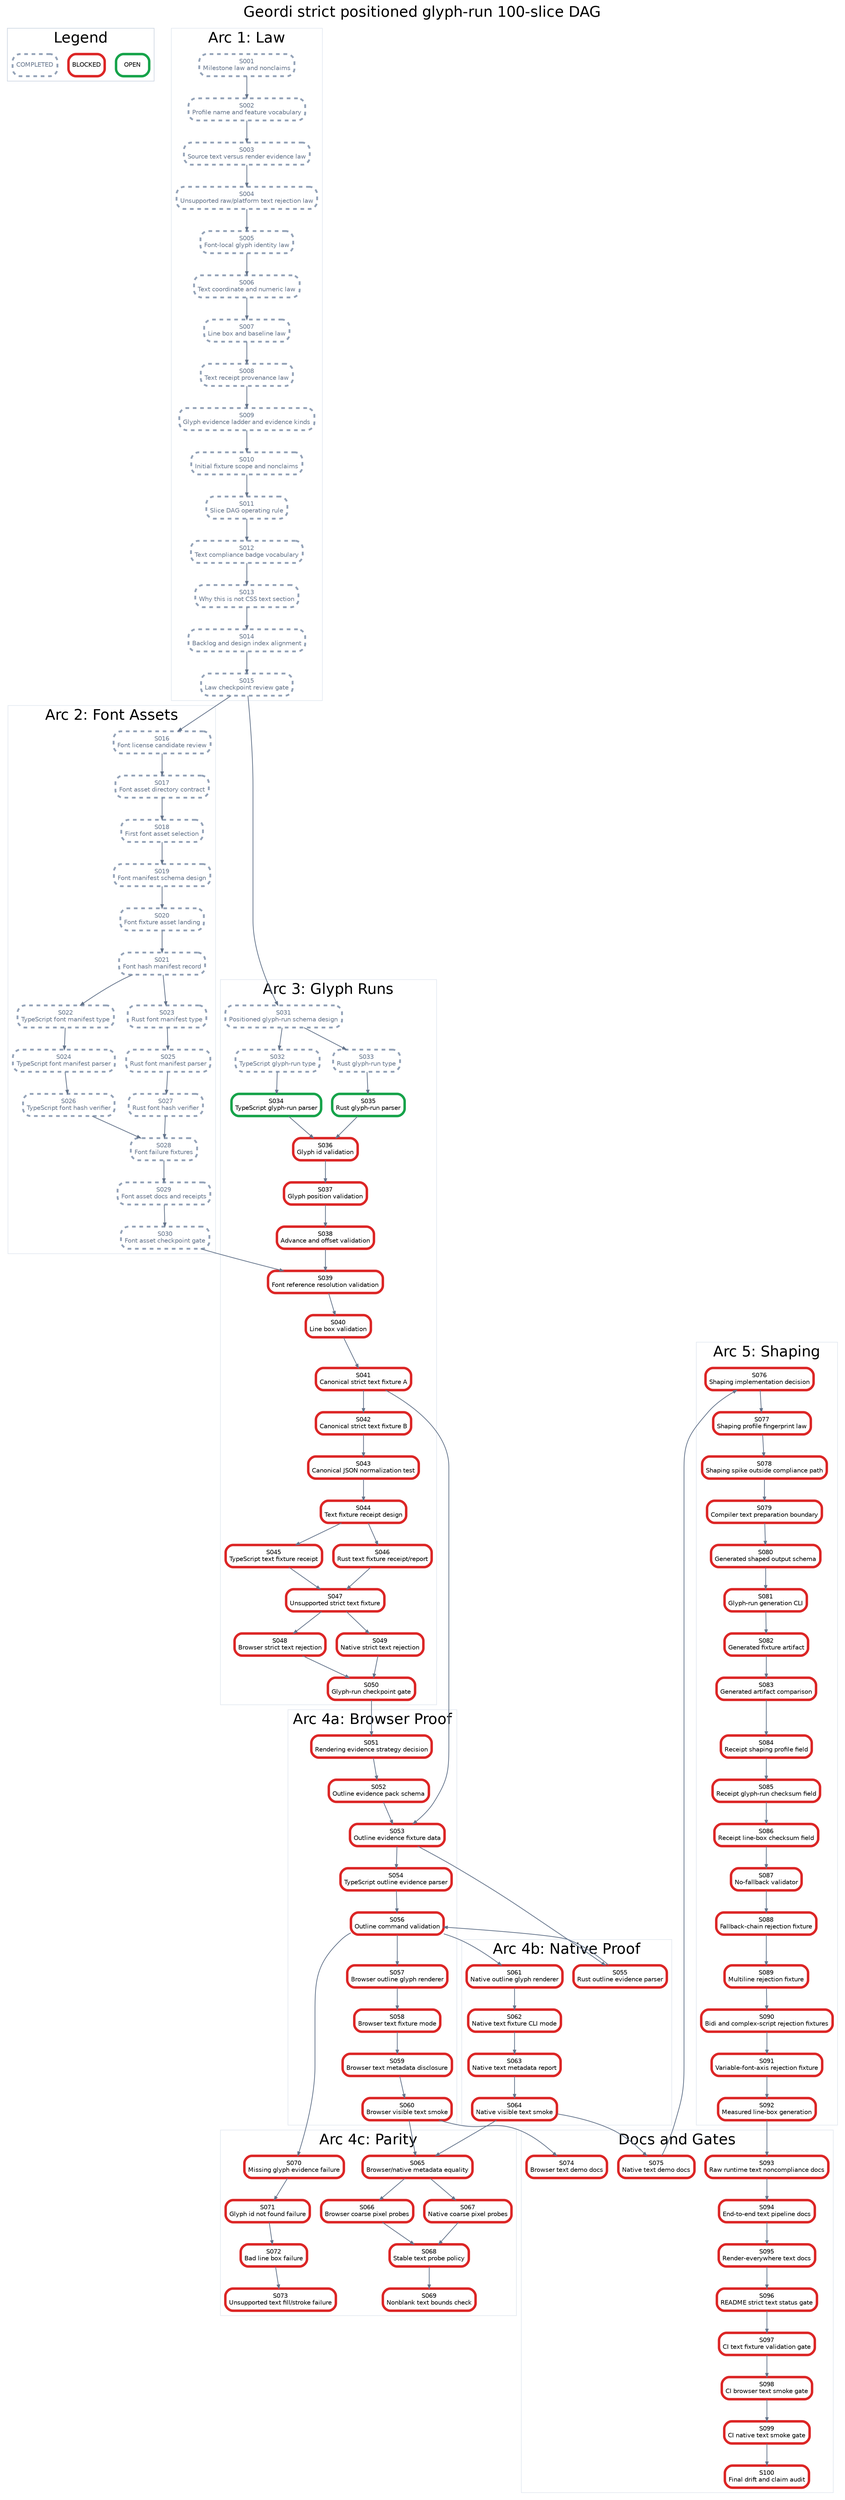
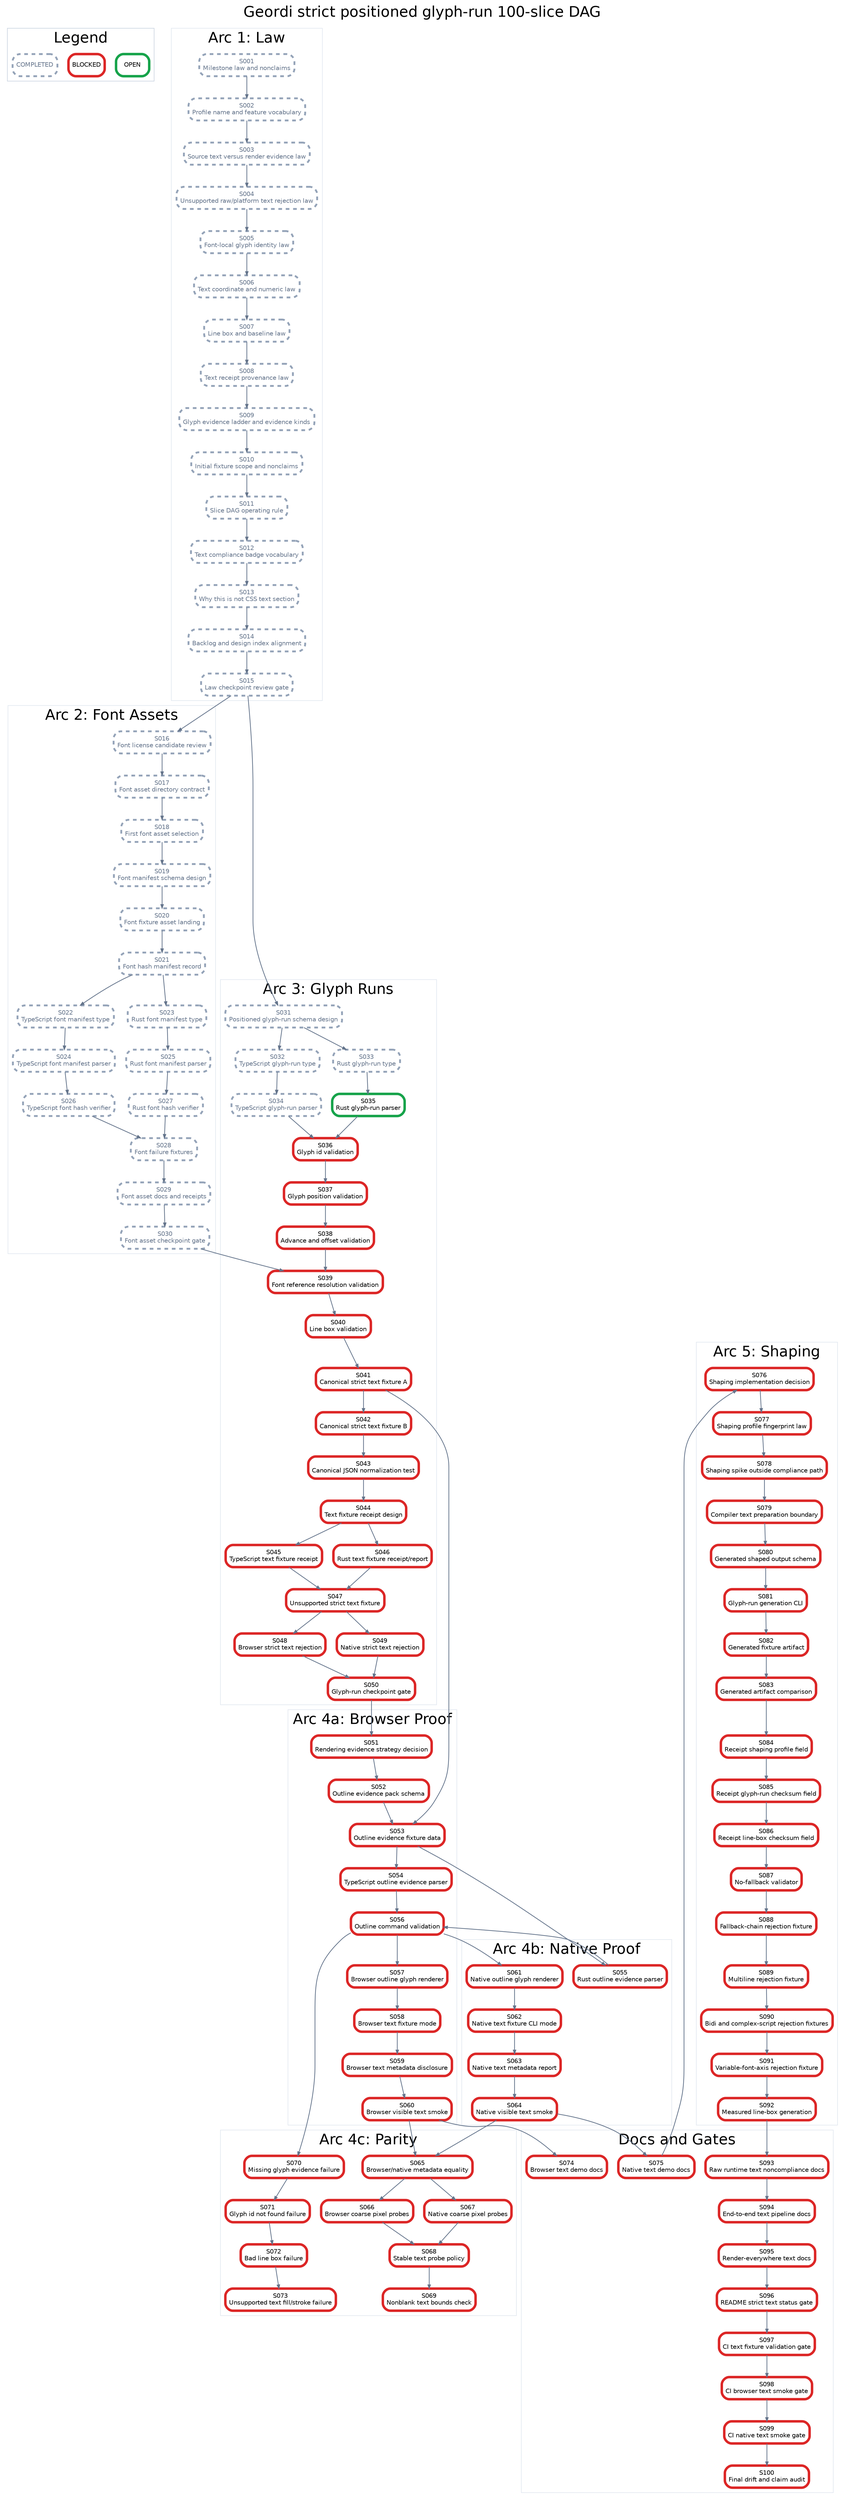
digraph StrictPositionedGlyphRunPlan {
  graph [rankdir=TB, bgcolor="white", fontname="Helvetica", label="Geordi strict positioned glyph-run 100-slice DAG", labelloc="t", fontsize=24];
  node [shape=box, style="rounded,filled", fillcolor="white", fontname="Helvetica", fontsize=10, margin="0.08,0.05"];
  edge [color="#64748b", arrowsize=0.6, penwidth=1.2];

  subgraph cluster_legend {
    label="Legend";
    color="#cbd5e1";
    legend_open [label="OPEN", color="#16a34a", penwidth=4];
    legend_blocked [label="BLOCKED", color="#dc2626", penwidth=4];
    legend_done [label="COMPLETED", color="#94a3b8", penwidth=3, style="rounded,filled,dashed", fontcolor="#64748b"];
  }

  subgraph cluster_law {
    label="Arc 1: Law";
    color="#e2e8f0";
    S001 [label="S001\nMilestone law and nonclaims", color="#94a3b8", penwidth=3, style="rounded,filled,dashed", fontcolor="#64748b"];
    S002 [label="S002\nProfile name and feature vocabulary", color="#94a3b8", penwidth=3, style="rounded,filled,dashed", fontcolor="#64748b"];
    S003 [label="S003\nSource text versus render evidence law", color="#94a3b8", penwidth=3, style="rounded,filled,dashed", fontcolor="#64748b"];
    S004 [label="S004\nUnsupported raw/platform text rejection law", color="#94a3b8", penwidth=3, style="rounded,filled,dashed", fontcolor="#64748b"];
    S005 [label="S005\nFont-local glyph identity law", color="#94a3b8", penwidth=3, style="rounded,filled,dashed", fontcolor="#64748b"];
    S006 [label="S006\nText coordinate and numeric law", color="#94a3b8", penwidth=3, style="rounded,filled,dashed", fontcolor="#64748b"];
    S007 [label="S007\nLine box and baseline law", color="#94a3b8", penwidth=3, style="rounded,filled,dashed", fontcolor="#64748b"];
    S008 [label="S008\nText receipt provenance law", color="#94a3b8", penwidth=3, style="rounded,filled,dashed", fontcolor="#64748b"];
    S009 [label="S009\nGlyph evidence ladder and evidence kinds", color="#94a3b8", penwidth=3, style="rounded,filled,dashed", fontcolor="#64748b"];
    S010 [label="S010\nInitial fixture scope and nonclaims", color="#94a3b8", penwidth=3, style="rounded,filled,dashed", fontcolor="#64748b"];
    S011 [label="S011\nSlice DAG operating rule", color="#94a3b8", penwidth=3, style="rounded,filled,dashed", fontcolor="#64748b"];
    S012 [label="S012\nText compliance badge vocabulary", color="#94a3b8", penwidth=3, style="rounded,filled,dashed", fontcolor="#64748b"];
    S013 [label="S013\nWhy this is not CSS text section", color="#94a3b8", penwidth=3, style="rounded,filled,dashed", fontcolor="#64748b"];
    S014 [label="S014\nBacklog and design index alignment", color="#94a3b8", penwidth=3, style="rounded,filled,dashed", fontcolor="#64748b"];
    S015 [label="S015\nLaw checkpoint review gate", color="#94a3b8", penwidth=3, style="rounded,filled,dashed", fontcolor="#64748b"];
  }

  subgraph cluster_assets {
    label="Arc 2: Font Assets";
    color="#e2e8f0";
    S016 [label="S016\nFont license candidate review", color="#94a3b8", penwidth=3, style="rounded,filled,dashed", fontcolor="#64748b"];
    S017 [label="S017\nFont asset directory contract", color="#94a3b8", penwidth=3, style="rounded,filled,dashed", fontcolor="#64748b"];
    S018 [label="S018\nFirst font asset selection", color="#94a3b8", penwidth=3, style="rounded,filled,dashed", fontcolor="#64748b"];
    S019 [label="S019\nFont manifest schema design", color="#94a3b8", penwidth=3, style="rounded,filled,dashed", fontcolor="#64748b"];
    S020 [label="S020\nFont fixture asset landing", color="#94a3b8", penwidth=3, style="rounded,filled,dashed", fontcolor="#64748b"];
    S021 [label="S021\nFont hash manifest record", color="#94a3b8", penwidth=3, style="rounded,filled,dashed", fontcolor="#64748b"];
    S022 [label="S022\nTypeScript font manifest type", color="#94a3b8", penwidth=3, style="rounded,filled,dashed", fontcolor="#64748b"];
    S023 [label="S023\nRust font manifest type", color="#94a3b8", penwidth=3, style="rounded,filled,dashed", fontcolor="#64748b"];
    S024 [label="S024\nTypeScript font manifest parser", color="#94a3b8", penwidth=3, style="rounded,filled,dashed", fontcolor="#64748b"];
    S025 [label="S025\nRust font manifest parser", color="#94a3b8", penwidth=3, style="rounded,filled,dashed", fontcolor="#64748b"];
    S026 [label="S026\nTypeScript font hash verifier", color="#94a3b8", penwidth=3, style="rounded,filled,dashed", fontcolor="#64748b"];
    S027 [label="S027\nRust font hash verifier", color="#94a3b8", penwidth=3, style="rounded,filled,dashed", fontcolor="#64748b"];
    S028 [label="S028\nFont failure fixtures", color="#94a3b8", penwidth=3, style="rounded,filled,dashed", fontcolor="#64748b"];
    S029 [label="S029\nFont asset docs and receipts", color="#94a3b8", penwidth=3, style="rounded,filled,dashed", fontcolor="#64748b"];
    S030 [label="S030\nFont asset checkpoint gate", color="#94a3b8", penwidth=3, style="rounded,filled,dashed", fontcolor="#64748b"];
  }

  subgraph cluster_glyph {
    label="Arc 3: Glyph Runs";
    color="#e2e8f0";
    S031 [label="S031\nPositioned glyph-run schema design", color="#94a3b8", penwidth=3, style="rounded,filled,dashed", fontcolor="#64748b"];
    S032 [label="S032\nTypeScript glyph-run type", color="#94a3b8", penwidth=3, style="rounded,filled,dashed", fontcolor="#64748b"];
    S033 [label="S033\nRust glyph-run type", color="#94a3b8", penwidth=3, style="rounded,filled,dashed", fontcolor="#64748b"];
-     S034 [label="S034\nTypeScript glyph-run parser", color="#16a34a", penwidth=4];
+     S034 [label="S034\nTypeScript glyph-run parser", color="#94a3b8", penwidth=3, style="rounded,filled,dashed", fontcolor="#64748b"];
    S035 [label="S035\nRust glyph-run parser", color="#16a34a", penwidth=4];
    S036 [label="S036\nGlyph id validation", color="#dc2626", penwidth=4];
    S037 [label="S037\nGlyph position validation", color="#dc2626", penwidth=4];
    S038 [label="S038\nAdvance and offset validation", color="#dc2626", penwidth=4];
    S039 [label="S039\nFont reference resolution validation", color="#dc2626", penwidth=4];
    S040 [label="S040\nLine box validation", color="#dc2626", penwidth=4];
    S041 [label="S041\nCanonical strict text fixture A", color="#dc2626", penwidth=4];
    S042 [label="S042\nCanonical strict text fixture B", color="#dc2626", penwidth=4];
    S043 [label="S043\nCanonical JSON normalization test", color="#dc2626", penwidth=4];
    S044 [label="S044\nText fixture receipt design", color="#dc2626", penwidth=4];
    S045 [label="S045\nTypeScript text fixture receipt", color="#dc2626", penwidth=4];
    S046 [label="S046\nRust text fixture receipt/report", color="#dc2626", penwidth=4];
    S047 [label="S047\nUnsupported strict text fixture", color="#dc2626", penwidth=4];
    S048 [label="S048\nBrowser strict text rejection", color="#dc2626", penwidth=4];
    S049 [label="S049\nNative strict text rejection", color="#dc2626", penwidth=4];
    S050 [label="S050\nGlyph-run checkpoint gate", color="#dc2626", penwidth=4];
  }

  subgraph cluster_browser {
    label="Arc 4a: Browser Proof";
    color="#e2e8f0";
    S051 [label="S051\nRendering evidence strategy decision", color="#dc2626", penwidth=4];
    S052 [label="S052\nOutline evidence pack schema", color="#dc2626", penwidth=4];
    S053 [label="S053\nOutline evidence fixture data", color="#dc2626", penwidth=4];
    S054 [label="S054\nTypeScript outline evidence parser", color="#dc2626", penwidth=4];
    S056 [label="S056\nOutline command validation", color="#dc2626", penwidth=4];
    S057 [label="S057\nBrowser outline glyph renderer", color="#dc2626", penwidth=4];
    S058 [label="S058\nBrowser text fixture mode", color="#dc2626", penwidth=4];
    S059 [label="S059\nBrowser text metadata disclosure", color="#dc2626", penwidth=4];
    S060 [label="S060\nBrowser visible text smoke", color="#dc2626", penwidth=4];
  }

  subgraph cluster_native {
    label="Arc 4b: Native Proof";
    color="#e2e8f0";
    S055 [label="S055\nRust outline evidence parser", color="#dc2626", penwidth=4];
    S061 [label="S061\nNative outline glyph renderer", color="#dc2626", penwidth=4];
    S062 [label="S062\nNative text fixture CLI mode", color="#dc2626", penwidth=4];
    S063 [label="S063\nNative text metadata report", color="#dc2626", penwidth=4];
    S064 [label="S064\nNative visible text smoke", color="#dc2626", penwidth=4];
  }

  subgraph cluster_parity {
    label="Arc 4c: Parity";
    color="#e2e8f0";
    S065 [label="S065\nBrowser/native metadata equality", color="#dc2626", penwidth=4];
    S066 [label="S066\nBrowser coarse pixel probes", color="#dc2626", penwidth=4];
    S067 [label="S067\nNative coarse pixel probes", color="#dc2626", penwidth=4];
    S068 [label="S068\nStable text probe policy", color="#dc2626", penwidth=4];
    S069 [label="S069\nNonblank text bounds check", color="#dc2626", penwidth=4];
    S070 [label="S070\nMissing glyph evidence failure", color="#dc2626", penwidth=4];
    S071 [label="S071\nGlyph id not found failure", color="#dc2626", penwidth=4];
    S072 [label="S072\nBad line box failure", color="#dc2626", penwidth=4];
    S073 [label="S073\nUnsupported text fill/stroke failure", color="#dc2626", penwidth=4];
  }

  subgraph cluster_shaping {
    label="Arc 5: Shaping";
    color="#e2e8f0";
    S076 [label="S076\nShaping implementation decision", color="#dc2626", penwidth=4];
    S077 [label="S077\nShaping profile fingerprint law", color="#dc2626", penwidth=4];
    S078 [label="S078\nShaping spike outside compliance path", color="#dc2626", penwidth=4];
    S079 [label="S079\nCompiler text preparation boundary", color="#dc2626", penwidth=4];
    S080 [label="S080\nGenerated shaped output schema", color="#dc2626", penwidth=4];
    S081 [label="S081\nGlyph-run generation CLI", color="#dc2626", penwidth=4];
    S082 [label="S082\nGenerated fixture artifact", color="#dc2626", penwidth=4];
    S083 [label="S083\nGenerated artifact comparison", color="#dc2626", penwidth=4];
    S084 [label="S084\nReceipt shaping profile field", color="#dc2626", penwidth=4];
    S085 [label="S085\nReceipt glyph-run checksum field", color="#dc2626", penwidth=4];
    S086 [label="S086\nReceipt line-box checksum field", color="#dc2626", penwidth=4];
    S087 [label="S087\nNo-fallback validator", color="#dc2626", penwidth=4];
    S088 [label="S088\nFallback-chain rejection fixture", color="#dc2626", penwidth=4];
    S089 [label="S089\nMultiline rejection fixture", color="#dc2626", penwidth=4];
    S090 [label="S090\nBidi and complex-script rejection fixtures", color="#dc2626", penwidth=4];
    S091 [label="S091\nVariable-font-axis rejection fixture", color="#dc2626", penwidth=4];
    S092 [label="S092\nMeasured line-box generation", color="#dc2626", penwidth=4];
  }

  subgraph cluster_docs {
    label="Docs and Gates";
    color="#e2e8f0";
    S074 [label="S074\nBrowser text demo docs", color="#dc2626", penwidth=4];
    S075 [label="S075\nNative text demo docs", color="#dc2626", penwidth=4];
    S093 [label="S093\nRaw runtime text noncompliance docs", color="#dc2626", penwidth=4];
    S094 [label="S094\nEnd-to-end text pipeline docs", color="#dc2626", penwidth=4];
    S095 [label="S095\nRender-everywhere text docs", color="#dc2626", penwidth=4];
    S096 [label="S096\nREADME strict text status gate", color="#dc2626", penwidth=4];
    S097 [label="S097\nCI text fixture validation gate", color="#dc2626", penwidth=4];
    S098 [label="S098\nCI browser text smoke gate", color="#dc2626", penwidth=4];
    S099 [label="S099\nCI native text smoke gate", color="#dc2626", penwidth=4];
    S100 [label="S100\nFinal drift and claim audit", color="#dc2626", penwidth=4];
  }

  S001 -> S002;
  S002 -> S003;
  S003 -> S004;
  S004 -> S005;
  S005 -> S006;
  S006 -> S007;
  S007 -> S008;
  S008 -> S009;
  S009 -> S010;
  S010 -> S011;
  S011 -> S012;
  S012 -> S013;
  S013 -> S014;
  S014 -> S015;
  S015 -> S016;
  S016 -> S017;
  S017 -> S018;
  S018 -> S019;
  S019 -> S020;
  S020 -> S021;
  S021 -> S022;
  S021 -> S023;
  S022 -> S024;
  S023 -> S025;
  S024 -> S026;
  S025 -> S027;
  S026 -> S028;
  S027 -> S028;
  S028 -> S029;
  S029 -> S030;
  S015 -> S031;
  S031 -> S032;
  S031 -> S033;
  S032 -> S034;
  S033 -> S035;
  S034 -> S036;
  S035 -> S036;
  S036 -> S037;
  S037 -> S038;
  S038 -> S039;
  S039 -> S040;
  S030 -> S039;
  S040 -> S041;
  S041 -> S042;
  S042 -> S043;
  S043 -> S044;
  S044 -> S045;
  S044 -> S046;
  S045 -> S047;
  S046 -> S047;
  S047 -> S048;
  S047 -> S049;
  S048 -> S050;
  S049 -> S050;
  S050 -> S051;
  S051 -> S052;
  S052 -> S053;
  S041 -> S053;
  S053 -> S054;
  S053 -> S055;
  S054 -> S056;
  S055 -> S056;
  S056 -> S057;
  S057 -> S058;
  S058 -> S059;
  S059 -> S060;
  S056 -> S061;
  S061 -> S062;
  S062 -> S063;
  S063 -> S064;
  S060 -> S065;
  S064 -> S065;
  S065 -> S066;
  S065 -> S067;
  S066 -> S068;
  S067 -> S068;
  S068 -> S069;
  S056 -> S070;
  S070 -> S071;
  S071 -> S072;
  S072 -> S073;
  S060 -> S074;
  S064 -> S075;
  S075 -> S076;
  S076 -> S077;
  S077 -> S078;
  S078 -> S079;
  S079 -> S080;
  S080 -> S081;
  S081 -> S082;
  S082 -> S083;
  S083 -> S084;
  S084 -> S085;
  S085 -> S086;
  S086 -> S087;
  S087 -> S088;
  S088 -> S089;
  S089 -> S090;
  S090 -> S091;
  S091 -> S092;
  S092 -> S093;
  S093 -> S094;
  S094 -> S095;
  S095 -> S096;
  S096 -> S097;
  S097 -> S098;
  S098 -> S099;
  S099 -> S100;
}
